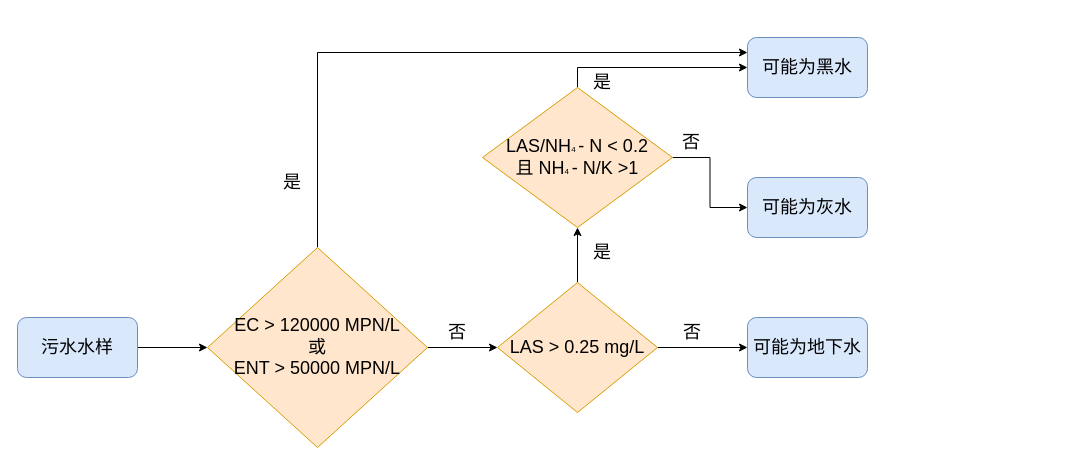
The draw.io diagram 粪便污染指示菌的混接探查.drawio in WienWong/Misc, before the edit. Source tidied: cells renumbered, new cells numbered last; positions are measured from the earlier drawing's top-left corner, leaving out a move shared by most shapes. Both pictures are drawn from the tidied source at 100%, with x=0, y=0 at pixel (17, 37).
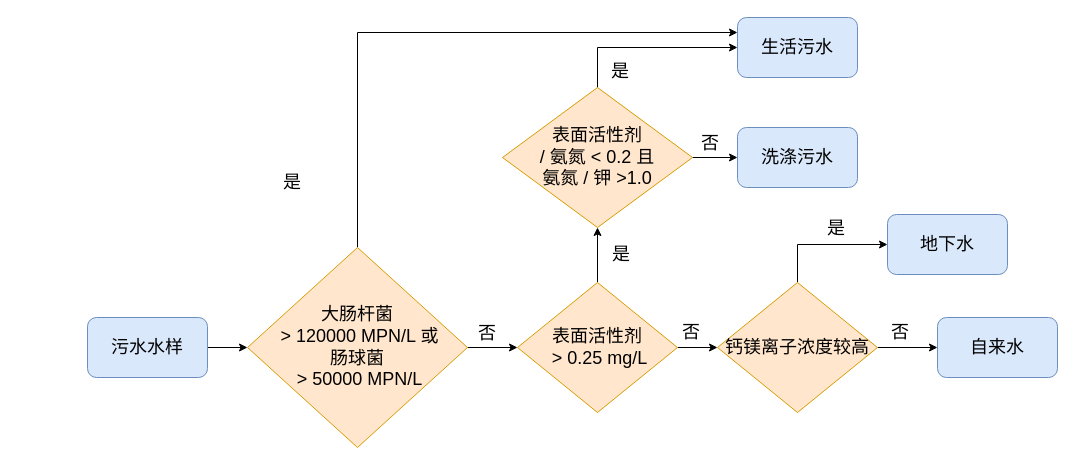
The same page after the edit.

Commit message:
Update 粪便污染指示菌的混接探查.drawio

The edit, as a diff of the source:
```diff
@@
     <mxCell id="3" value="&lt;font style=&quot;font-size: 18px&quot;&gt;污水水样&lt;/font&gt;" style="rounded=1;whiteSpace=wrap;html=1;fillColor=#dae8fc;strokeColor=#6c8ebf;" parent="1" vertex="1">
-      <mxGeometry y="280" width="120" height="60" as="geometry" />
+      <mxGeometry x="70" y="280" width="120" height="60" as="geometry" />
     </mxCell>
@@
-    <mxCell id="6" value="&lt;font style=&quot;font-size: 18px&quot;&gt;EC &amp;gt; 120000 MPN/L&lt;br&gt;或&lt;br&gt;ENT &amp;gt; 50000 MPN/L&lt;/font&gt;" style="rhombus;whiteSpace=wrap;html=1;fillColor=#ffe6cc;strokeColor=#d79b00;" parent="1" vertex="1">
-      <mxGeometry x="190" y="210" width="220" height="200" as="geometry" />
+    <mxCell id="6" value="&lt;font style=&quot;font-size: 18px&quot;&gt;大肠杆菌&lt;br&gt;&amp;nbsp;&amp;gt; 120000 MPN/L 或&lt;br&gt;肠球菌&lt;br&gt;&amp;nbsp;&amp;gt; 50000 MPN/L&lt;/font&gt;" style="rhombus;whiteSpace=wrap;html=1;fillColor=#ffe6cc;strokeColor=#d79b00;" parent="1" vertex="1">
+      <mxGeometry x="230" y="210" width="220" height="200" as="geometry" />
     </mxCell>
@@
-    <mxCell id="8" style="edgeStyle=orthogonalEdgeStyle;rounded=0;jettySize=auto;html=1;exitX=1;exitY=0.5;exitDx=0;exitDy=0;" parent="1" edge="1" source="9" target="13">
-      <mxGeometry relative="1" as="geometry" />
-    </mxCell>
+    <mxCell id="22" style="edgeStyle=orthogonalEdgeStyle;rounded=0;jettySize=auto;html=1;exitX=1;exitY=0.5;exitDx=0;exitDy=0;entryX=0;entryY=0.5;entryDx=0;entryDy=0;" parent="1" edge="1" source="9" target="25">
+      <mxGeometry relative="1" as="geometry" />
+    </mxCell>
-    <mxCell id="9" value="&lt;font style=&quot;font-size: 18px&quot;&gt;LAS &amp;gt; 0.25 mg/L&lt;/font&gt;" style="rhombus;whiteSpace=wrap;html=1;fillColor=#ffe6cc;strokeColor=#d79b00;" parent="1" vertex="1">
-      <mxGeometry x="480" y="245" width="160" height="130" as="geometry" />
+    <mxCell id="9" value="&lt;font style=&quot;font-size: 18px&quot;&gt;表面活性剂&lt;br&gt;&amp;nbsp;&amp;gt; 0.25 mg/L&lt;/font&gt;" style="rhombus;whiteSpace=wrap;html=1;fillColor=#ffe6cc;strokeColor=#d79b00;" parent="1" vertex="1">
+      <mxGeometry x="500" y="245" width="160" height="130" as="geometry" />
     </mxCell>
@@
-    <mxCell id="12" value="&lt;span style=&quot;font-size: 18px&quot;&gt;LAS/NH&lt;/span&gt;&lt;font style=&quot;font-size: 8px&quot;&gt;4&lt;/font&gt;&lt;font style=&quot;font-size: 10px&quot;&gt;&amp;nbsp;&lt;/font&gt;&lt;span style=&quot;font-size: 18px&quot;&gt;- N &amp;lt; 0.2&lt;br&gt;且 NH&lt;/span&gt;&lt;font style=&quot;font-size: 8px&quot;&gt;4&lt;/font&gt;&lt;font style=&quot;font-size: 10px&quot;&gt;&amp;nbsp;&lt;/font&gt;&lt;span style=&quot;font-size: 18px&quot;&gt;- N/K &amp;gt;1&lt;br&gt;&lt;/span&gt;" style="rhombus;whiteSpace=wrap;html=1;fillColor=#ffe6cc;strokeColor=#d79b00;" parent="1" vertex="1">
-      <mxGeometry x="465" y="50" width="190" height="140" as="geometry" />
+    <mxCell id="12" value="&lt;span style=&quot;font-size: 18px&quot;&gt;表面活性剂&lt;br&gt;/ 氨氮&lt;/span&gt;&lt;span style=&quot;font-size: 18px&quot;&gt;&amp;nbsp;&amp;lt; 0.2 且&lt;br&gt;氨氮&amp;nbsp;&lt;/span&gt;&lt;span style=&quot;font-size: 18px&quot;&gt;/ 钾 &amp;gt;1.0&lt;br&gt;&lt;/span&gt;" style="rhombus;whiteSpace=wrap;html=1;fillColor=#ffe6cc;strokeColor=#d79b00;" parent="1" vertex="1">
+      <mxGeometry x="485" y="50" width="190" height="140" as="geometry" />
     </mxCell>
-    <mxCell id="13" value="&lt;font style=&quot;font-size: 18px&quot;&gt;可能为地下水&lt;/font&gt;" style="rounded=1;whiteSpace=wrap;html=1;fillColor=#dae8fc;strokeColor=#6c8ebf;" parent="1" vertex="1">
-      <mxGeometry x="730" y="280" width="120" height="60" as="geometry" />
+    <mxCell id="13" value="&lt;font style=&quot;font-size: 18px&quot;&gt;自来水&lt;/font&gt;" style="rounded=1;whiteSpace=wrap;html=1;fillColor=#dae8fc;strokeColor=#6c8ebf;" parent="1" vertex="1">
+      <mxGeometry x="920" y="280" width="120" height="60" as="geometry" />
     </mxCell>
-    <mxCell id="14" value="&lt;font style=&quot;font-size: 18px&quot;&gt;可能为灰水&lt;/font&gt;" style="rounded=1;whiteSpace=wrap;html=1;fillColor=#dae8fc;strokeColor=#6c8ebf;" parent="1" vertex="1">
-      <mxGeometry x="730" y="140" width="120" height="60" as="geometry" />
+    <mxCell id="14" value="&lt;font style=&quot;font-size: 18px&quot;&gt;洗涤污水&lt;/font&gt;" style="rounded=1;whiteSpace=wrap;html=1;fillColor=#dae8fc;strokeColor=#6c8ebf;" parent="1" vertex="1">
+      <mxGeometry x="720" y="90" width="120" height="60" as="geometry" />
     </mxCell>
-    <mxCell id="15" value="&lt;font style=&quot;font-size: 18px&quot;&gt;可能为黑水&lt;/font&gt;" style="rounded=1;whiteSpace=wrap;html=1;fillColor=#dae8fc;strokeColor=#6c8ebf;" parent="1" vertex="1">
-      <mxGeometry x="730" width="120" height="60" as="geometry" />
+    <mxCell id="15" value="&lt;font style=&quot;font-size: 18px&quot;&gt;生活污水&lt;/font&gt;" style="rounded=1;whiteSpace=wrap;html=1;fillColor=#dae8fc;strokeColor=#6c8ebf;" parent="1" vertex="1">
+      <mxGeometry x="720" y="-20" width="120" height="60" as="geometry" />
     </mxCell>
@@
     <mxCell id="17" value="&lt;font style=&quot;font-size: 18px&quot;&gt;是&lt;/font&gt;" style="text;html=1;strokeColor=none;fillColor=none;align=center;verticalAlign=middle;whiteSpace=wrap;rounded=0;" parent="1" vertex="1">
-      <mxGeometry x="560" y="200" width="50" height="30" as="geometry" />
+      <mxGeometry x="579" y="202" width="50" height="30" as="geometry" />
     </mxCell>
     <mxCell id="18" value="&lt;font style=&quot;font-size: 18px&quot;&gt;是&lt;/font&gt;" style="text;html=1;strokeColor=none;fillColor=none;align=center;verticalAlign=middle;whiteSpace=wrap;rounded=0;" parent="1" vertex="1">
-      <mxGeometry x="560" y="30" width="50" height="30" as="geometry" />
+      <mxGeometry x="578" y="19" width="50" height="30" as="geometry" />
     </mxCell>
     <mxCell id="19" value="&lt;font style=&quot;font-size: 18px&quot;&gt;否&lt;/font&gt;" style="text;html=1;strokeColor=none;fillColor=none;align=center;verticalAlign=middle;whiteSpace=wrap;rounded=0;" parent="1" vertex="1">
-      <mxGeometry x="650" y="280" width="50" height="30" as="geometry" />
+      <mxGeometry x="858" y="280" width="50" height="30" as="geometry" />
     </mxCell>
     <mxCell id="20" value="&lt;font style=&quot;font-size: 18px&quot;&gt;否&lt;/font&gt;" style="text;html=1;strokeColor=none;fillColor=none;align=center;verticalAlign=middle;whiteSpace=wrap;rounded=0;" parent="1" vertex="1">
-      <mxGeometry x="649" y="90" width="50" height="30" as="geometry" />
+      <mxGeometry x="668" y="91" width="50" height="30" as="geometry" />
     </mxCell>
     <mxCell id="21" value="&lt;font style=&quot;font-size: 18px&quot;&gt;否&lt;/font&gt;" style="text;html=1;strokeColor=none;fillColor=none;align=center;verticalAlign=middle;whiteSpace=wrap;rounded=0;" parent="1" vertex="1">
-      <mxGeometry x="415" y="280" width="50" height="30" as="geometry" />
+      <mxGeometry x="445" y="281" width="50" height="30" as="geometry" />
     </mxCell>
+    <mxCell id="23" style="edgeStyle=orthogonalEdgeStyle;rounded=0;jettySize=auto;html=1;exitX=0.5;exitY=0;exitDx=0;exitDy=0;entryX=0;entryY=0.5;entryDx=0;entryDy=0;" parent="1" edge="1" source="25" target="27">
+      <mxGeometry relative="1" as="geometry" />
+    </mxCell>
+    <mxCell id="24" style="edgeStyle=orthogonalEdgeStyle;rounded=0;jettySize=auto;html=1;exitX=1;exitY=0.5;exitDx=0;exitDy=0;entryX=0;entryY=0.5;entryDx=0;entryDy=0;" parent="1" edge="1" source="25" target="13">
+      <mxGeometry relative="1" as="geometry" />
+    </mxCell>
+    <mxCell id="25" value="&lt;span style=&quot;font-size: 18px&quot;&gt;钙镁离子浓度较高&lt;/span&gt;" style="rhombus;whiteSpace=wrap;html=1;fillColor=#ffe6cc;strokeColor=#d79b00;" parent="1" vertex="1">
+      <mxGeometry x="700" y="245" width="160" height="130" as="geometry" />
+    </mxCell>
+    <mxCell id="26" value="&lt;font style=&quot;font-size: 18px&quot;&gt;否&lt;/font&gt;" style="text;html=1;strokeColor=none;fillColor=none;align=center;verticalAlign=middle;whiteSpace=wrap;rounded=0;" parent="1" vertex="1">
+      <mxGeometry x="649" y="280" width="50" height="30" as="geometry" />
+    </mxCell>
+    <mxCell id="27" value="&lt;font style=&quot;font-size: 18px&quot;&gt;地下水&lt;/font&gt;" style="rounded=1;whiteSpace=wrap;html=1;fillColor=#dae8fc;strokeColor=#6c8ebf;" parent="1" vertex="1">
+      <mxGeometry x="870" y="177" width="120" height="60" as="geometry" />
+    </mxCell>
+    <mxCell id="28" value="&lt;font style=&quot;font-size: 18px&quot;&gt;是&lt;/font&gt;" style="text;html=1;strokeColor=none;fillColor=none;align=center;verticalAlign=middle;whiteSpace=wrap;rounded=0;" parent="1" vertex="1">
+      <mxGeometry x="794" y="176" width="50" height="30" as="geometry" />
+    </mxCell>
```
